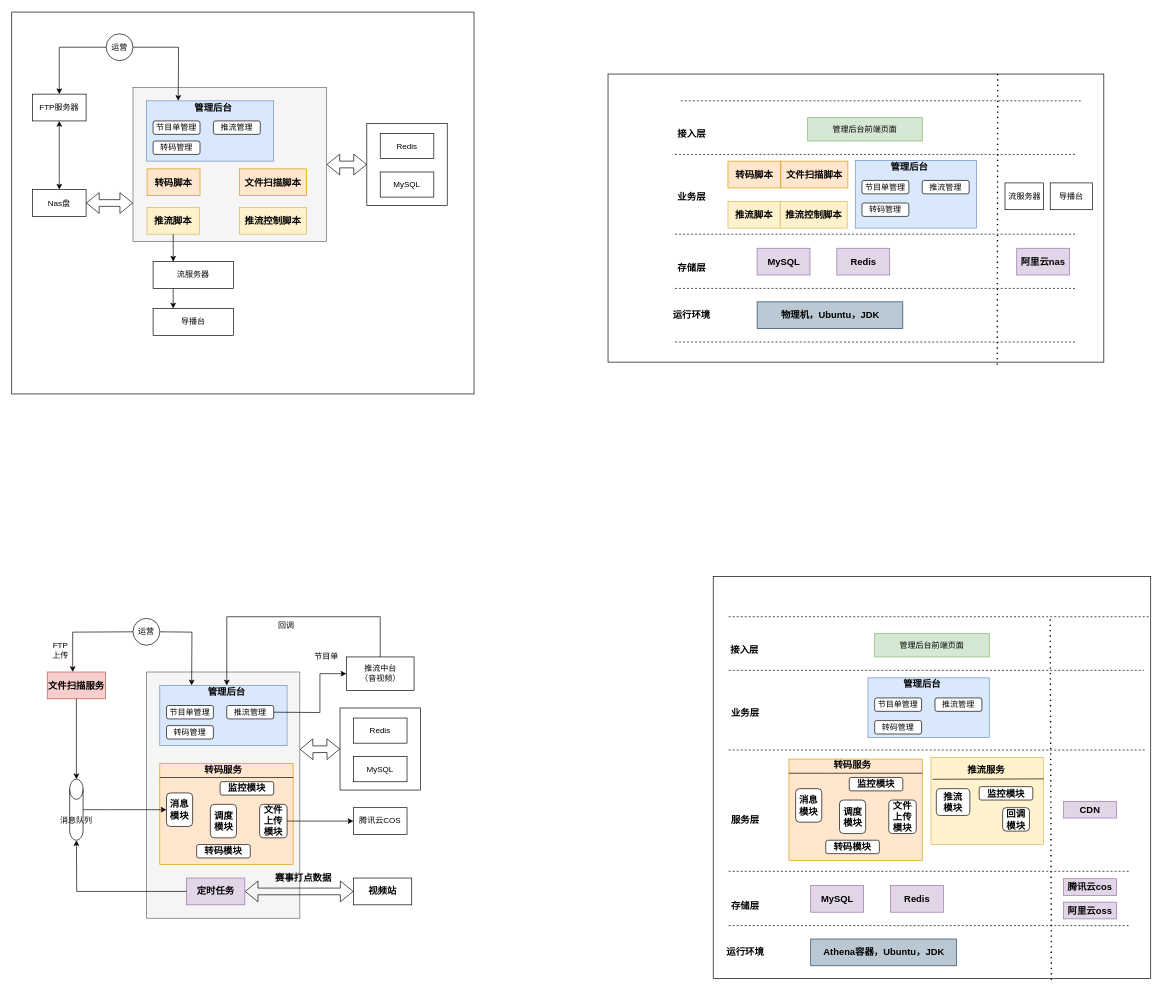
Before: page "Page-3" (3 of 3) of seeTogether.drawio in JianHao-Chen/UML, a draw.io diagram. Source tidied: cells renumbered, new cells numbered last; positions are measured from the earlier drawing's top-left corner, leaving out a move shared by most shapes. Both pictures are drawn from the tidied source at 67%, with x=0, y=0 at pixel (11, 12).
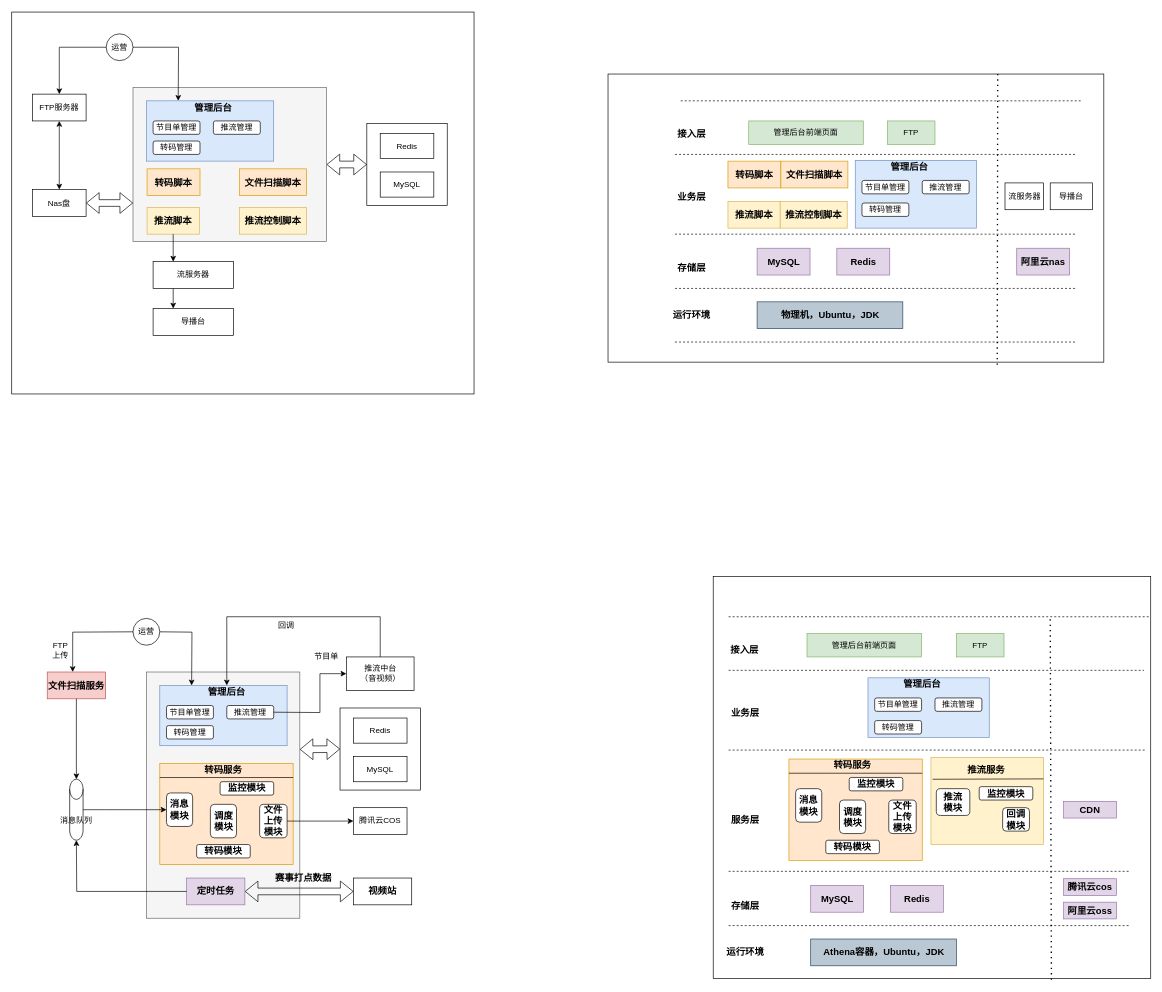
The same page after the edit.

Diff of the diagram source:
```diff
@@
     <mxCell id="89" value="管理后台前端页面" style="rounded=0;whiteSpace=wrap;html=1;fillColor=#d5e8d4;strokeColor=#82b366;" parent="1" vertex="1">
-      <mxGeometry x="1188" y="157" width="171" height="35" as="geometry" />
+      <mxGeometry x="1100" y="162" width="171" height="35" as="geometry" />
     </mxCell>
@@
     <mxCell id="110" value="管理后台前端页面" style="rounded=0;whiteSpace=wrap;html=1;fillColor=#d5e8d4;strokeColor=#82b366;" parent="1" vertex="1">
-      <mxGeometry x="1288" y="927" width="171" height="35" as="geometry" />
+      <mxGeometry x="1187" y="927" width="171" height="35" as="geometry" />
     </mxCell>
@@
+    <mxCell id="132" value="FTP" style="rounded=0;whiteSpace=wrap;html=1;fillColor=#d5e8d4;strokeColor=#82b366;" parent="1" vertex="1">
+      <mxGeometry x="1307" y="162" width="71" height="35" as="geometry" />
+    </mxCell>
+    <mxCell id="133" value="FTP" style="rounded=0;whiteSpace=wrap;html=1;fillColor=#d5e8d4;strokeColor=#82b366;" parent="1" vertex="1">
+      <mxGeometry x="1410" y="927" width="71" height="35" as="geometry" />
+    </mxCell>
```
